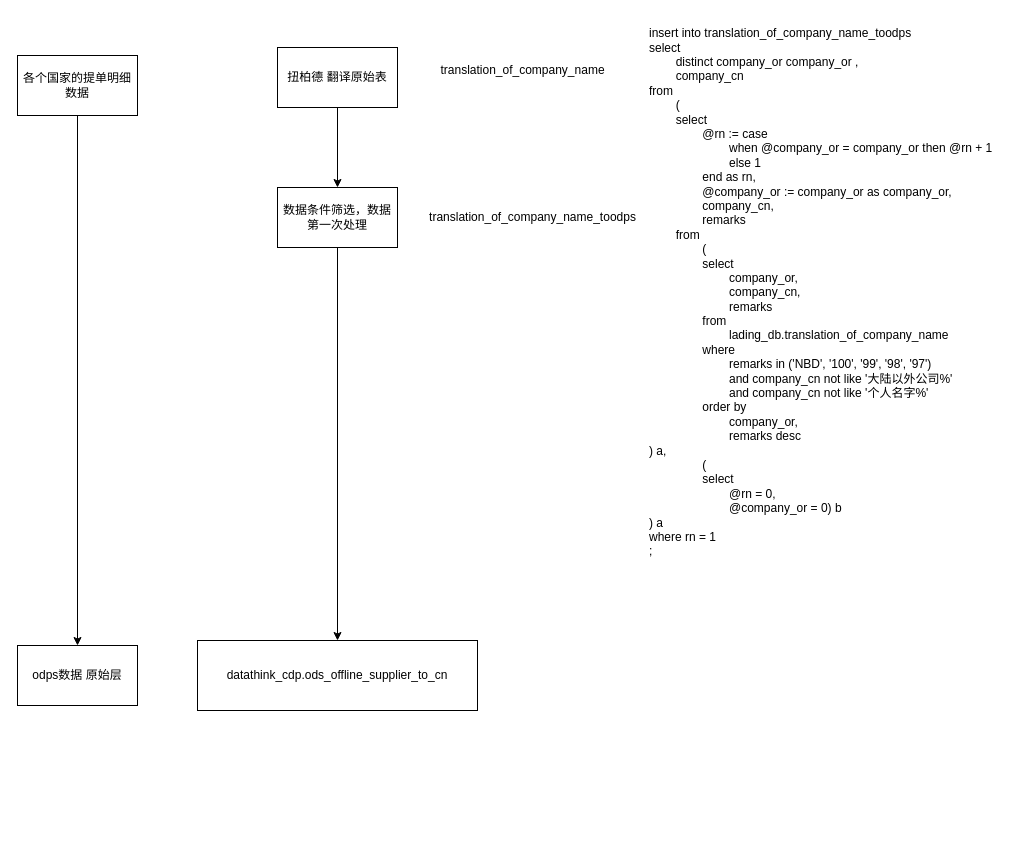
Before: 提单展商入库相关.drawio in HLSO6/draw, a draw.io diagram. Source tidied: cells renumbered, new cells numbered last; positions are measured from the earlier drawing's top-left corner, leaving out a move shared by most shapes. Both pictures are drawn from the tidied source at 100%, with x=0, y=0 at pixel (17, 17).
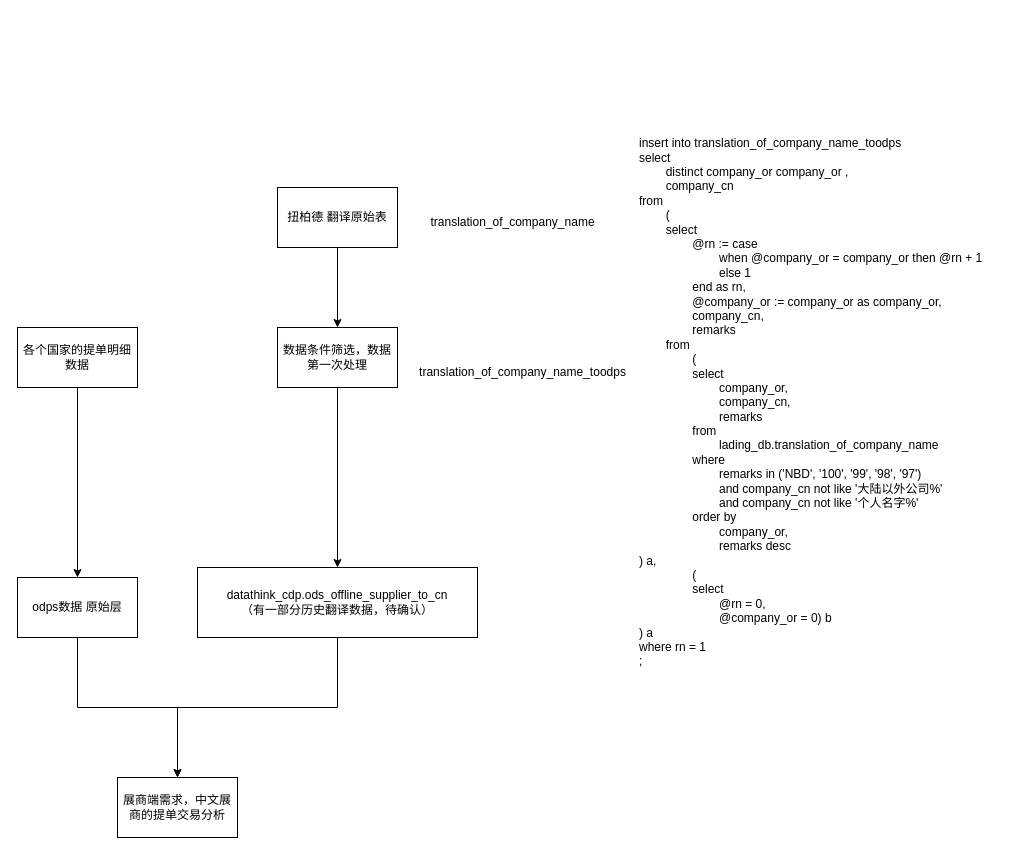
The same diagram, later.

Commit message (it also covers changes not shown here):
更新提单展商入库相关.drawio

Change to the diagram source:
```diff
@@
 <mxGraphModel>
   <root>
     <mxCell id="0" />
     <mxCell id="1" parent="0" />
     <mxCell id="2" style="edgeStyle=orthogonalEdgeStyle;rounded=0;jettySize=auto;html=1;" parent="1" edge="1" source="3" target="5">
       <mxGeometry relative="1" as="geometry" />
     </mxCell>
     <mxCell id="3" value="扭柏德 翻译原始表" style="rounded=0;whiteSpace=wrap;html=1;" parent="1" vertex="1">
-      <mxGeometry x="260" y="30" width="120" height="60" as="geometry" />
+      <mxGeometry x="260" y="170" width="120" height="60" as="geometry" />
     </mxCell>
     <mxCell id="4" style="edgeStyle=orthogonalEdgeStyle;rounded=0;jettySize=auto;html=1;" parent="1" edge="1" source="5" target="11">
       <mxGeometry relative="1" as="geometry" />
     </mxCell>
     <mxCell id="5" value="数据条件筛选，数据第一次处理" style="whiteSpace=wrap;html=1;rounded=0;" parent="1" vertex="1">
-      <mxGeometry x="260" y="170" width="120" height="60" as="geometry" />
+      <mxGeometry x="260" y="310" width="120" height="60" as="geometry" />
     </mxCell>
     <mxCell id="6" value="translation_of_company_name_toodps" style="text;html=1;align=center;verticalAlign=middle;strokeColor=none;fillColor=none;" parent="1" vertex="1">
-      <mxGeometry x="400" y="185" width="230" height="30" as="geometry" />
+      <mxGeometry x="390" y="340" width="230" height="30" as="geometry" />
     </mxCell>
     <mxCell id="7" value="translation_of_company_name" style="text;html=1;align=center;verticalAlign=middle;strokeColor=none;fillColor=none;" parent="1" vertex="1">
-      <mxGeometry x="410" y="38" width="190" height="30" as="geometry" />
+      <mxGeometry x="400" y="190" width="190" height="30" as="geometry" />
     </mxCell>
     <mxCell id="8" style="edgeStyle=orthogonalEdgeStyle;rounded=0;jettySize=auto;html=1;entryX=0.5;entryY=0;entryDx=0;entryDy=0;" parent="1" edge="1" source="9" target="12">
       <mxGeometry relative="1" as="geometry" />
     </mxCell>
     <mxCell id="9" value="各个国家的提单明细数据" style="whiteSpace=wrap;html=1;rounded=0;" parent="1" vertex="1">
-      <mxGeometry y="38" width="120" height="60" as="geometry" />
+      <mxGeometry y="310" width="120" height="60" as="geometry" />
     </mxCell>
     <mxCell id="10" value="insert&amp;nbsp;into&amp;nbsp;translation_of_company_name_toodps&amp;nbsp;&lt;br&gt;select&lt;br&gt;&amp;nbsp;&amp;nbsp;&amp;nbsp;&amp;nbsp;&amp;nbsp;&amp;nbsp;&amp;nbsp;&amp;nbsp;distinct&amp;nbsp;company_or&amp;nbsp;company_or&amp;nbsp;,&lt;br&gt;&amp;nbsp;&amp;nbsp;&amp;nbsp;&amp;nbsp;&amp;nbsp;&amp;nbsp;&amp;nbsp;&amp;nbsp;company_cn&lt;br&gt;from&lt;br&gt;&amp;nbsp;&amp;nbsp;&amp;nbsp;&amp;nbsp;&amp;nbsp;&amp;nbsp;&amp;nbsp;&amp;nbsp;(&lt;br&gt;&amp;nbsp;&amp;nbsp;&amp;nbsp;&amp;nbsp;&amp;nbsp;&amp;nbsp;&amp;nbsp;&amp;nbsp;select&lt;br&gt;&amp;nbsp;&amp;nbsp;&amp;nbsp;&amp;nbsp;&amp;nbsp;&amp;nbsp;&amp;nbsp;&amp;nbsp;&amp;nbsp;&amp;nbsp;&amp;nbsp;&amp;nbsp;&amp;nbsp;&amp;nbsp;&amp;nbsp;&amp;nbsp;@rn&amp;nbsp;:=&amp;nbsp;case&lt;br&gt;&amp;nbsp;&amp;nbsp;&amp;nbsp;&amp;nbsp;&amp;nbsp;&amp;nbsp;&amp;nbsp;&amp;nbsp;&amp;nbsp;&amp;nbsp;&amp;nbsp;&amp;nbsp;&amp;nbsp;&amp;nbsp;&amp;nbsp;&amp;nbsp;&amp;nbsp;&amp;nbsp;&amp;nbsp;&amp;nbsp;&amp;nbsp;&amp;nbsp;&amp;nbsp;&amp;nbsp;when&amp;nbsp;@company_or&amp;nbsp;=&amp;nbsp;company_or&amp;nbsp;then&amp;nbsp;@rn&amp;nbsp;+&amp;nbsp;1&lt;br&gt;&amp;nbsp;&amp;nbsp;&amp;nbsp;&amp;nbsp;&amp;nbsp;&amp;nbsp;&amp;nbsp;&amp;nbsp;&amp;nbsp;&amp;nbsp;&amp;nbsp;&amp;nbsp;&amp;nbsp;&amp;nbsp;&amp;nbsp;&amp;nbsp;&amp;nbsp;&amp;nbsp;&amp;nbsp;&amp;nbsp;&amp;nbsp;&amp;nbsp;&amp;nbsp;&amp;nbsp;else&amp;nbsp;1&lt;br&gt;&amp;nbsp;&amp;nbsp;&amp;nbsp;&amp;nbsp;&amp;nbsp;&amp;nbsp;&amp;nbsp;&amp;nbsp;&amp;nbsp;&amp;nbsp;&amp;nbsp;&amp;nbsp;&amp;nbsp;&amp;nbsp;&amp;nbsp;&amp;nbsp;end&amp;nbsp;as&amp;nbsp;rn,&lt;br&gt;&amp;nbsp;&amp;nbsp;&amp;nbsp;&amp;nbsp;&amp;nbsp;&amp;nbsp;&amp;nbsp;&amp;nbsp;&amp;nbsp;&amp;nbsp;&amp;nbsp;&amp;nbsp;&amp;nbsp;&amp;nbsp;&amp;nbsp;&amp;nbsp;@company_or&amp;nbsp;:=&amp;nbsp;company_or&amp;nbsp;as&amp;nbsp;company_or,&lt;br&gt;&amp;nbsp;&amp;nbsp;&amp;nbsp;&amp;nbsp;&amp;nbsp;&amp;nbsp;&amp;nbsp;&amp;nbsp;&amp;nbsp;&amp;nbsp;&amp;nbsp;&amp;nbsp;&amp;nbsp;&amp;nbsp;&amp;nbsp;&amp;nbsp;company_cn,&lt;br&gt;&amp;nbsp;&amp;nbsp;&amp;nbsp;&amp;nbsp;&amp;nbsp;&amp;nbsp;&amp;nbsp;&amp;nbsp;&amp;nbsp;&amp;nbsp;&amp;nbsp;&amp;nbsp;&amp;nbsp;&amp;nbsp;&amp;nbsp;&amp;nbsp;remarks&lt;br&gt;&amp;nbsp;&amp;nbsp;&amp;nbsp;&amp;nbsp;&amp;nbsp;&amp;nbsp;&amp;nbsp;&amp;nbsp;from&lt;br&gt;&amp;nbsp;&amp;nbsp;&amp;nbsp;&amp;nbsp;&amp;nbsp;&amp;nbsp;&amp;nbsp;&amp;nbsp;&amp;nbsp;&amp;nbsp;&amp;nbsp;&amp;nbsp;&amp;nbsp;&amp;nbsp;&amp;nbsp;&amp;nbsp;(&lt;br&gt;&amp;nbsp;&amp;nbsp;&amp;nbsp;&amp;nbsp;&amp;nbsp;&amp;nbsp;&amp;nbsp;&amp;nbsp;&amp;nbsp;&amp;nbsp;&amp;nbsp;&amp;nbsp;&amp;nbsp;&amp;nbsp;&amp;nbsp;&amp;nbsp;select&lt;br&gt;&amp;nbsp;&amp;nbsp;&amp;nbsp;&amp;nbsp;&amp;nbsp;&amp;nbsp;&amp;nbsp;&amp;nbsp;&amp;nbsp;&amp;nbsp;&amp;nbsp;&amp;nbsp;&amp;nbsp;&amp;nbsp;&amp;nbsp;&amp;nbsp;&amp;nbsp;&amp;nbsp;&amp;nbsp;&amp;nbsp;&amp;nbsp;&amp;nbsp;&amp;nbsp;&amp;nbsp;company_or,&lt;br&gt;&amp;nbsp;&amp;nbsp;&amp;nbsp;&amp;nbsp;&amp;nbsp;&amp;nbsp;&amp;nbsp;&amp;nbsp;&amp;nbsp;&amp;nbsp;&amp;nbsp;&amp;nbsp;&amp;nbsp;&amp;nbsp;&amp;nbsp;&amp;nbsp;&amp;nbsp;&amp;nbsp;&amp;nbsp;&amp;nbsp;&amp;nbsp;&amp;nbsp;&amp;nbsp;&amp;nbsp;company_cn,&lt;br&gt;&amp;nbsp;&amp;nbsp;&amp;nbsp;&amp;nbsp;&amp;nbsp;&amp;nbsp;&amp;nbsp;&amp;nbsp;&amp;nbsp;&amp;nbsp;&amp;nbsp;&amp;nbsp;&amp;nbsp;&amp;nbsp;&amp;nbsp;&amp;nbsp;&amp;nbsp;&amp;nbsp;&amp;nbsp;&amp;nbsp;&amp;nbsp;&amp;nbsp;&amp;nbsp;&amp;nbsp;remarks&lt;br&gt;&amp;nbsp;&amp;nbsp;&amp;nbsp;&amp;nbsp;&amp;nbsp;&amp;nbsp;&amp;nbsp;&amp;nbsp;&amp;nbsp;&amp;nbsp;&amp;nbsp;&amp;nbsp;&amp;nbsp;&amp;nbsp;&amp;nbsp;&amp;nbsp;from&lt;br&gt;&amp;nbsp;&amp;nbsp;&amp;nbsp;&amp;nbsp;&amp;nbsp;&amp;nbsp;&amp;nbsp;&amp;nbsp;&amp;nbsp;&amp;nbsp;&amp;nbsp;&amp;nbsp;&amp;nbsp;&amp;nbsp;&amp;nbsp;&amp;nbsp;&amp;nbsp;&amp;nbsp;&amp;nbsp;&amp;nbsp;&amp;nbsp;&amp;nbsp;&amp;nbsp;&amp;nbsp;lading_db.translation_of_company_name&lt;br&gt;&amp;nbsp;&amp;nbsp;&amp;nbsp;&amp;nbsp;&amp;nbsp;&amp;nbsp;&amp;nbsp;&amp;nbsp;&amp;nbsp;&amp;nbsp;&amp;nbsp;&amp;nbsp;&amp;nbsp;&amp;nbsp;&amp;nbsp;&amp;nbsp;where&lt;br&gt;&amp;nbsp;&amp;nbsp;&amp;nbsp;&amp;nbsp;&amp;nbsp;&amp;nbsp;&amp;nbsp;&amp;nbsp;&amp;nbsp;&amp;nbsp;&amp;nbsp;&amp;nbsp;&amp;nbsp;&amp;nbsp;&amp;nbsp;&amp;nbsp;&amp;nbsp;&amp;nbsp;&amp;nbsp;&amp;nbsp;&amp;nbsp;&amp;nbsp;&amp;nbsp;&amp;nbsp;remarks&amp;nbsp;in&amp;nbsp;('NBD',&amp;nbsp;'100',&amp;nbsp;'99',&amp;nbsp;'98',&amp;nbsp;'97')&lt;br&gt;&amp;nbsp;&amp;nbsp;&amp;nbsp;&amp;nbsp;&amp;nbsp;&amp;nbsp;&amp;nbsp;&amp;nbsp;&amp;nbsp;&amp;nbsp;&amp;nbsp;&amp;nbsp;&amp;nbsp;&amp;nbsp;&amp;nbsp;&amp;nbsp;&amp;nbsp;&amp;nbsp;&amp;nbsp;&amp;nbsp;&amp;nbsp;&amp;nbsp;&amp;nbsp;&amp;nbsp;and&amp;nbsp;company_cn&amp;nbsp;not&amp;nbsp;like&amp;nbsp;'大陆以外公司%'&lt;br&gt;&amp;nbsp;&amp;nbsp;&amp;nbsp;&amp;nbsp;&amp;nbsp;&amp;nbsp;&amp;nbsp;&amp;nbsp;&amp;nbsp;&amp;nbsp;&amp;nbsp;&amp;nbsp;&amp;nbsp;&amp;nbsp;&amp;nbsp;&amp;nbsp;&amp;nbsp;&amp;nbsp;&amp;nbsp;&amp;nbsp;&amp;nbsp;&amp;nbsp;&amp;nbsp;&amp;nbsp;and&amp;nbsp;company_cn&amp;nbsp;not&amp;nbsp;like&amp;nbsp;'个人名字%'&lt;br&gt;&amp;nbsp;&amp;nbsp;&amp;nbsp;&amp;nbsp;&amp;nbsp;&amp;nbsp;&amp;nbsp;&amp;nbsp;&amp;nbsp;&amp;nbsp;&amp;nbsp;&amp;nbsp;&amp;nbsp;&amp;nbsp;&amp;nbsp;&amp;nbsp;order&amp;nbsp;by&lt;br&gt;&amp;nbsp;&amp;nbsp;&amp;nbsp;&amp;nbsp;&amp;nbsp;&amp;nbsp;&amp;nbsp;&amp;nbsp;&amp;nbsp;&amp;nbsp;&amp;nbsp;&amp;nbsp;&amp;nbsp;&amp;nbsp;&amp;nbsp;&amp;nbsp;&amp;nbsp;&amp;nbsp;&amp;nbsp;&amp;nbsp;&amp;nbsp;&amp;nbsp;&amp;nbsp;&amp;nbsp;company_or,&lt;br&gt;&amp;nbsp;&amp;nbsp;&amp;nbsp;&amp;nbsp;&amp;nbsp;&amp;nbsp;&amp;nbsp;&amp;nbsp;&amp;nbsp;&amp;nbsp;&amp;nbsp;&amp;nbsp;&amp;nbsp;&amp;nbsp;&amp;nbsp;&amp;nbsp;&amp;nbsp;&amp;nbsp;&amp;nbsp;&amp;nbsp;&amp;nbsp;&amp;nbsp;&amp;nbsp;&amp;nbsp;remarks&amp;nbsp;desc&amp;nbsp;&lt;br&gt;)&amp;nbsp;a,&lt;br&gt;&amp;nbsp;&amp;nbsp;&amp;nbsp;&amp;nbsp;&amp;nbsp;&amp;nbsp;&amp;nbsp;&amp;nbsp;&amp;nbsp;&amp;nbsp;&amp;nbsp;&amp;nbsp;&amp;nbsp;&amp;nbsp;&amp;nbsp;&amp;nbsp;(&lt;br&gt;&amp;nbsp;&amp;nbsp;&amp;nbsp;&amp;nbsp;&amp;nbsp;&amp;nbsp;&amp;nbsp;&amp;nbsp;&amp;nbsp;&amp;nbsp;&amp;nbsp;&amp;nbsp;&amp;nbsp;&amp;nbsp;&amp;nbsp;&amp;nbsp;select&lt;br&gt;&amp;nbsp;&amp;nbsp;&amp;nbsp;&amp;nbsp;&amp;nbsp;&amp;nbsp;&amp;nbsp;&amp;nbsp;&amp;nbsp;&amp;nbsp;&amp;nbsp;&amp;nbsp;&amp;nbsp;&amp;nbsp;&amp;nbsp;&amp;nbsp;&amp;nbsp;&amp;nbsp;&amp;nbsp;&amp;nbsp;&amp;nbsp;&amp;nbsp;&amp;nbsp;&amp;nbsp;@rn&amp;nbsp;=&amp;nbsp;0,&lt;br&gt;&amp;nbsp;&amp;nbsp;&amp;nbsp;&amp;nbsp;&amp;nbsp;&amp;nbsp;&amp;nbsp;&amp;nbsp;&amp;nbsp;&amp;nbsp;&amp;nbsp;&amp;nbsp;&amp;nbsp;&amp;nbsp;&amp;nbsp;&amp;nbsp;&amp;nbsp;&amp;nbsp;&amp;nbsp;&amp;nbsp;&amp;nbsp;&amp;nbsp;&amp;nbsp;&amp;nbsp;@company_or&amp;nbsp;=&amp;nbsp;0)&amp;nbsp;b&lt;br&gt;)&amp;nbsp;a&lt;br&gt;where&amp;nbsp;rn&amp;nbsp;=&amp;nbsp;1&lt;br&gt;;" style="text;html=1;align=left;verticalAlign=middle;strokeColor=none;fillColor=none;" parent="1" vertex="1">
-      <mxGeometry x="630" width="370" height="550" as="geometry" />
+      <mxGeometry x="620" y="110" width="370" height="550" as="geometry" />
     </mxCell>
+    <mxCell id="13" style="edgeStyle=orthogonalEdgeStyle;rounded=0;jettySize=auto;html=1;entryX=0.5;entryY=0;entryDx=0;entryDy=0;" parent="1" edge="1" source="11" target="15">
+      <mxGeometry relative="1" as="geometry" />
+    </mxCell>
-    <mxCell id="11" value="datathink_cdp.ods_offline_supplier_to_cn" style="rounded=0;whiteSpace=wrap;html=1;" parent="1" vertex="1">
-      <mxGeometry x="180" y="623" width="280" height="70" as="geometry" />
+    <mxCell id="11" value="datathink_cdp.ods_offline_supplier_to_cn&lt;br&gt;（有一部分历史翻译数据，待确认）" style="rounded=0;whiteSpace=wrap;html=1;" parent="1" vertex="1">
+      <mxGeometry x="180" y="550" width="280" height="70" as="geometry" />
     </mxCell>
+    <mxCell id="14" style="edgeStyle=orthogonalEdgeStyle;rounded=0;jettySize=auto;html=1;entryX=0.5;entryY=0;entryDx=0;entryDy=0;" parent="1" edge="1" source="12" target="15">
+      <mxGeometry relative="1" as="geometry" />
+    </mxCell>
     <mxCell id="12" value="odps数据 原始层" style="rounded=0;whiteSpace=wrap;html=1;" parent="1" vertex="1">
-      <mxGeometry y="628" width="120" height="60" as="geometry" />
+      <mxGeometry y="560" width="120" height="60" as="geometry" />
     </mxCell>
+    <mxCell id="15" value="展商端需求，中文展商的提单交易分析" style="rounded=0;whiteSpace=wrap;html=1;" parent="1" vertex="1">
+      <mxGeometry x="100" y="760" width="120" height="60" as="geometry" />
+    </mxCell>
   </root>
 </mxGraphModel>
```
